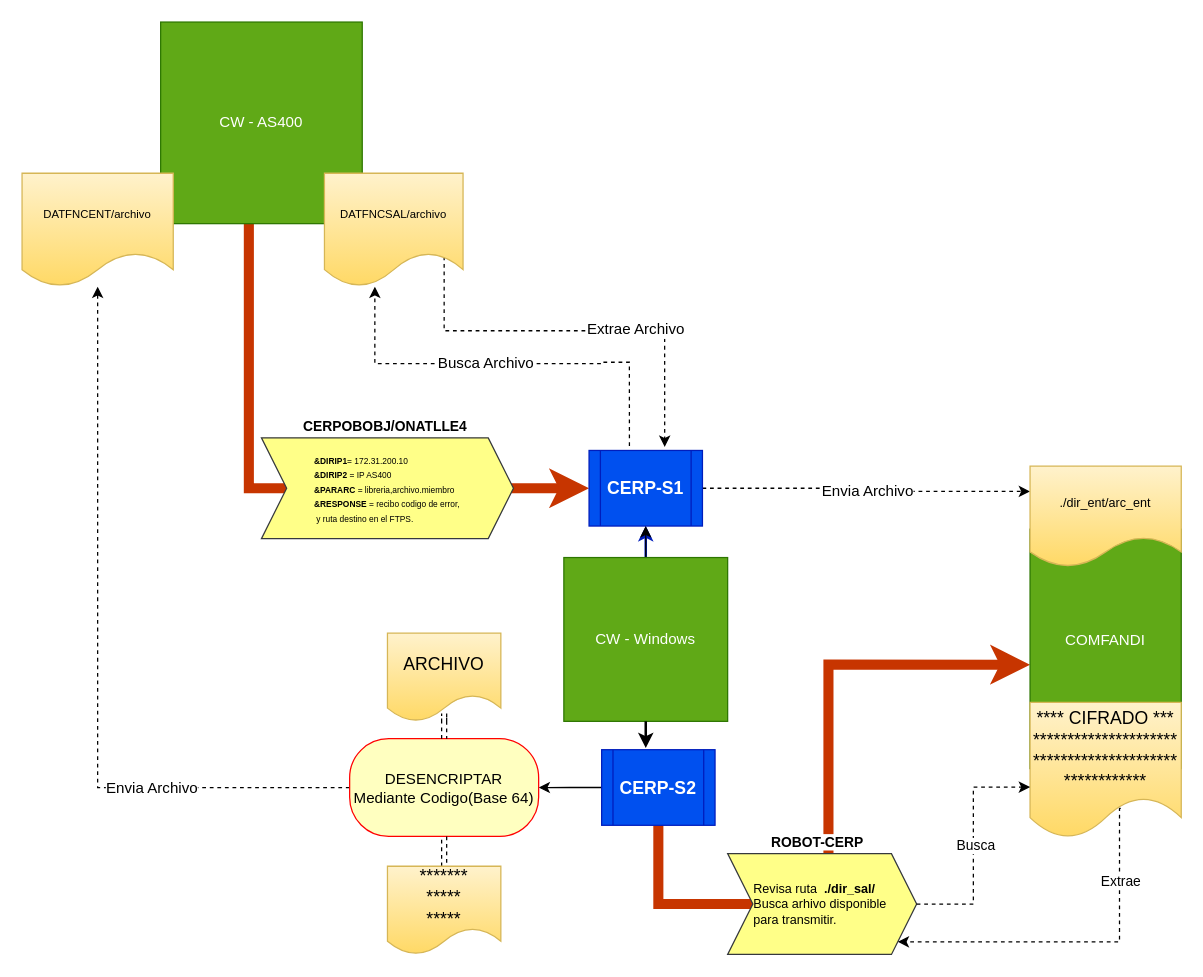
Before: Untitled Diagram.drawio in MLSLeandro-elit/data_science-gestion_datos-actividad_2, a draw.io diagram. Source tidied: cells renumbered, new cells numbered last; positions are measured from the earlier drawing's top-left corner, leaving out a move shared by most shapes. Both pictures are drawn from the tidied source at 126%, with x=0, y=0 at pixel (21, 21).
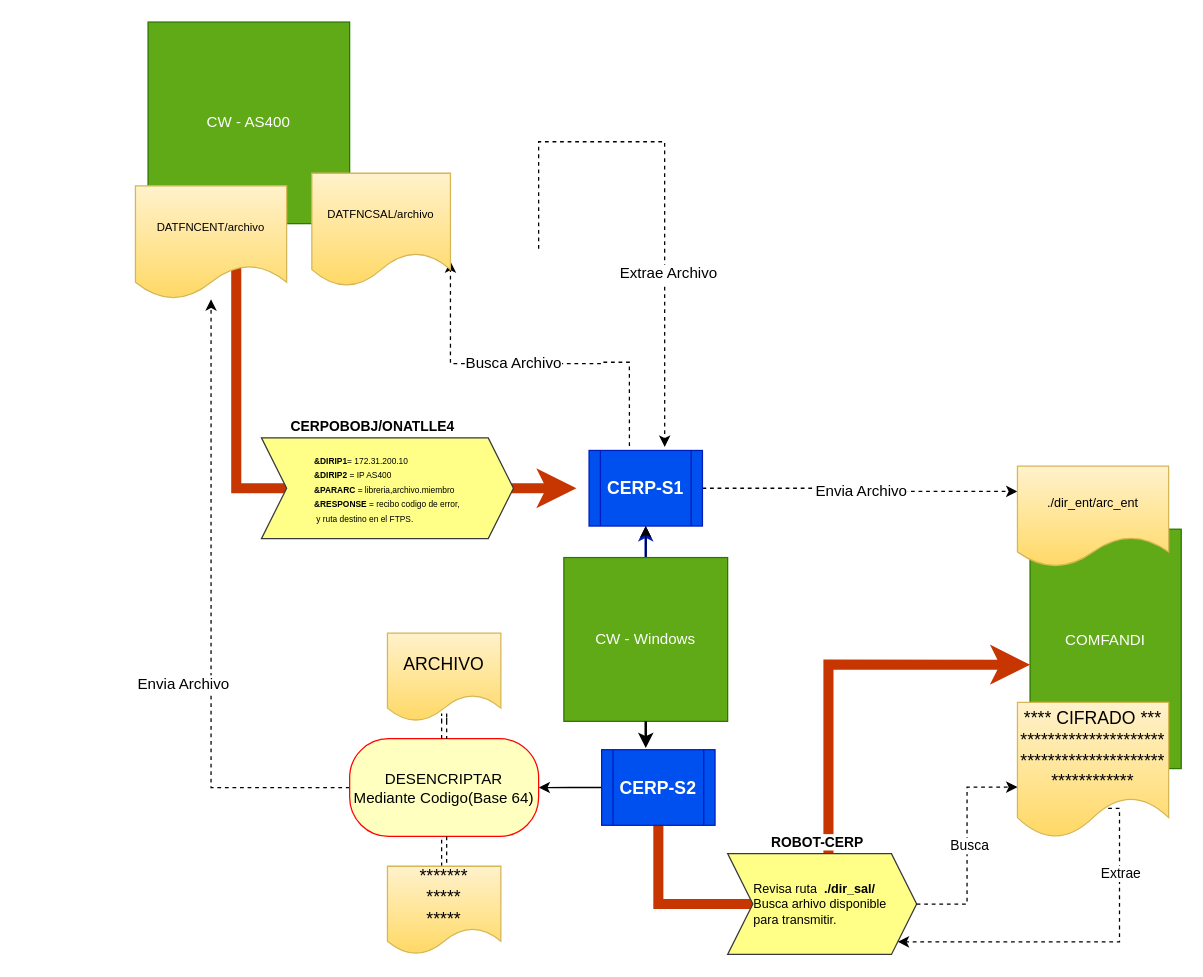
Above is the later version.

The change refers to these unchanged cells:
```xml
<mxCell id="13" value="&lt;span style=&quot;font-size: 14px;&quot;&gt;&lt;b&gt;CERP-S1&lt;/b&gt;&lt;/span&gt;" style="shape=process;whiteSpace=wrap;html=1;backgroundOutline=1;fillColor=#0050ef;fontColor=#ffffff;strokeColor=#001DBC;" parent="1" vertex="1">
  <mxGeometry x="450" y="340" width="90" height="60" as="geometry" />
</mxCell>
<mxCell id="32" value="DESENCRIPTAR&lt;br&gt;Mediante Codigo(Base 64)" style="rounded=1;whiteSpace=wrap;html=1;arcSize=40;fontColor=#000000;fillColor=#ffffc0;strokeColor=#ff0000;" parent="1" vertex="1">
  <mxGeometry x="260" y="568.8" width="150" height="77.5" as="geometry" />
</mxCell>
```

Diff of the diagram source:
```diff
@@
     <mxCell id="2" style="edgeStyle=orthogonalEdgeStyle;rounded=0;orthogonalLoop=1;jettySize=auto;html=1;entryX=0;entryY=0.5;entryDx=0;entryDy=0;fillColor=#fa6800;strokeColor=#C73500;strokeWidth=8;exitX=0.5;exitY=1;exitDx=0;exitDy=0;" parent="1" edge="1">
       <mxGeometry relative="1" as="geometry">
-        <mxPoint x="190" y="150" as="sourcePoint" />
-        <mxPoint x="450" y="370" as="targetPoint" />
+        <mxPoint x="180" y="150" as="sourcePoint" />
+        <mxPoint x="440" y="370" as="targetPoint" />
         <Array as="points">
-          <mxPoint x="190" y="120" />
           <mxPoint x="180" y="120" />
-          <mxPoint x="180" y="370" />
+          <mxPoint x="170" y="120" />
+          <mxPoint x="170" y="370" />
         </Array>
       </mxGeometry>
     </mxCell>
@@
-    <mxCell id="4" style="edgeStyle=orthogonalEdgeStyle;rounded=0;jettySize=auto;html=1;dashed=1;exitX=0.356;exitY=-0.06;exitDx=0;exitDy=0;exitPerimeter=0;" parent="1" edge="1" source="13">
+    <mxCell id="4" style="edgeStyle=orthogonalEdgeStyle;rounded=0;jettySize=auto;html=1;dashed=1;exitX=0.356;exitY=-0.06;exitDx=0;exitDy=0;exitPerimeter=0;entryX=0.379;entryY=0.929;entryDx=0;entryDy=0;entryPerimeter=0;" parent="1" edge="1" source="13">
       <mxGeometry relative="1" as="geometry">
-        <mxPoint x="280" y="210" as="targetPoint" />
+        <mxPoint x="340" y="190" as="targetPoint" />
         <Array as="points">
           <mxPoint x="482" y="270" />
           <mxPoint x="460" y="270" />
-          <mxPoint x="460" y="271" />
-          <mxPoint x="280" y="271" />
+          <mxPoint x="342" y="271" />
         </Array>
       </mxGeometry>
     </mxCell>
@@
     <mxCell id="6" value="CW - AS400" style="whiteSpace=wrap;html=1;fillColor=#60a917;fontColor=#ffffff;strokeColor=#2D7600;" parent="1" vertex="1">
-      <mxGeometry x="110" width="160" height="160" as="geometry" />
+      <mxGeometry x="100" width="160" height="160" as="geometry" />
     </mxCell>
-    <mxCell id="7" style="edgeStyle=orthogonalEdgeStyle;rounded=0;jettySize=auto;html=1;entryX=0.667;entryY=-0.047;entryDx=0;entryDy=0;dashed=1;entryPerimeter=0;" parent="1" edge="1" target="13">
+    <mxCell id="7" style="edgeStyle=orthogonalEdgeStyle;rounded=0;jettySize=auto;html=1;entryX=0.667;entryY=-0.047;entryDx=0;entryDy=0;dashed=1;entryPerimeter=0;exitX=1;exitY=0.5;exitDx=0;exitDy=0;" parent="1" edge="1" target="13">
       <mxGeometry relative="1" as="geometry">
-        <mxPoint x="305" y="180" as="sourcePoint" />
+        <mxPoint x="410" y="180" as="sourcePoint" />
         <Array as="points">
-          <mxPoint x="335" y="180" />
-          <mxPoint x="335" y="245" />
-          <mxPoint x="510" y="245" />
+          <mxPoint x="510" y="95" />
         </Array>
       </mxGeometry>
     </mxCell>
@@
     <mxCell id="9" value="&lt;font style=&quot;font-size: 9px;&quot;&gt;DATFNCSAL/archivo&lt;/font&gt;" style="shape=document;whiteSpace=wrap;html=1;boundedLbl=1;fillColor=#fff2cc;strokeColor=#d6b656;gradientColor=#ffd966;" parent="1" vertex="1">
-      <mxGeometry x="240" y="120" width="110" height="90" as="geometry" />
+      <mxGeometry x="230" y="120" width="110" height="90" as="geometry" />
     </mxCell>
@@
     <mxCell id="23" value="&lt;font style=&quot;font-size: 10px;&quot;&gt;./dir_ent/arc_ent&lt;br&gt;&lt;/font&gt;" style="shape=document;whiteSpace=wrap;html=1;boundedLbl=1;fillColor=#fff2cc;gradientColor=#ffd966;strokeColor=#d6b656;" parent="1" vertex="1">
-      <mxGeometry x="800" y="352.5" width="120" height="80" as="geometry" />
+      <mxGeometry x="790" y="352.5" width="120" height="80" as="geometry" />
     </mxCell>
@@
     <mxCell id="26" value="&lt;font style=&quot;font-size: 14px;&quot;&gt;**** CIFRADO ***&lt;br&gt;*********************&lt;br&gt;*********************&lt;br&gt;************&lt;/font&gt;" style="shape=document;whiteSpace=wrap;html=1;boundedLbl=1;fillColor=#fff2cc;gradientColor=#ffd966;strokeColor=#d6b656;" parent="1" vertex="1">
-      <mxGeometry x="800" y="540" width="120" height="107.5" as="geometry" />
+      <mxGeometry x="790" y="540" width="120" height="107.5" as="geometry" />
     </mxCell>
@@
-    <mxCell id="30" style="edgeStyle=orthogonalEdgeStyle;rounded=0;jettySize=auto;html=1;dashed=1;" parent="1" edge="1" source="32" target="37">
+    <mxCell id="30" style="edgeStyle=orthogonalEdgeStyle;rounded=0;jettySize=auto;html=1;dashed=1;exitX=0;exitY=0.5;exitDx=0;exitDy=0;" parent="1" edge="1" source="32" target="37">
       <mxGeometry relative="1" as="geometry" />
     </mxCell>
     <mxCell id="31" value="Envia Archivo" style="edgeLabel;html=1;align=center;verticalAlign=middle;fontSize=12;" parent="30" vertex="1">
-      <mxGeometry x="-0.47" relative="1" as="geometry" />
+      <mxGeometry x="-0.47" relative="1" as="geometry">
+        <mxPoint x="-23" y="-60" as="offset" />
+      </mxGeometry>
     </mxCell>
@@
     <mxCell id="37" value="&lt;font style=&quot;font-size: 9px;&quot;&gt;DATFNCENT/archivo&lt;/font&gt;" style="shape=document;whiteSpace=wrap;html=1;boundedLbl=1;fillColor=#fff2cc;strokeColor=#d6b656;gradientColor=#ffd966;" parent="1" vertex="1">
-      <mxGeometry y="120" width="120" height="90" as="geometry" />
+      <mxGeometry x="90" y="130" width="120" height="90" as="geometry" />
     </mxCell>
```
